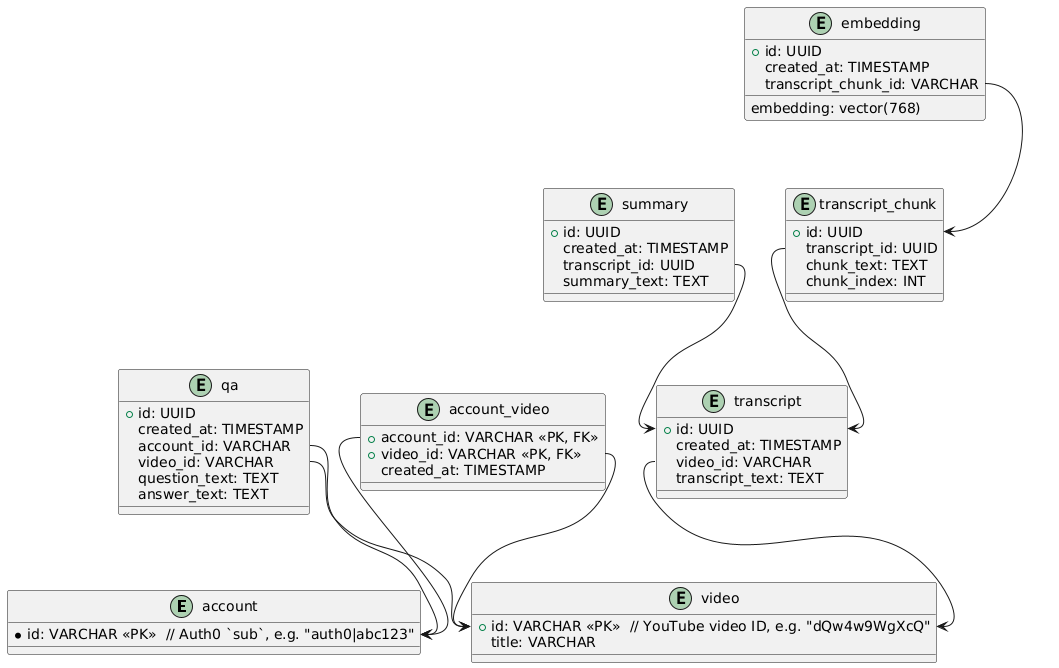
Above: docs/db_schema.png in vm1828/yt-assistant (PlantUML), before the change.
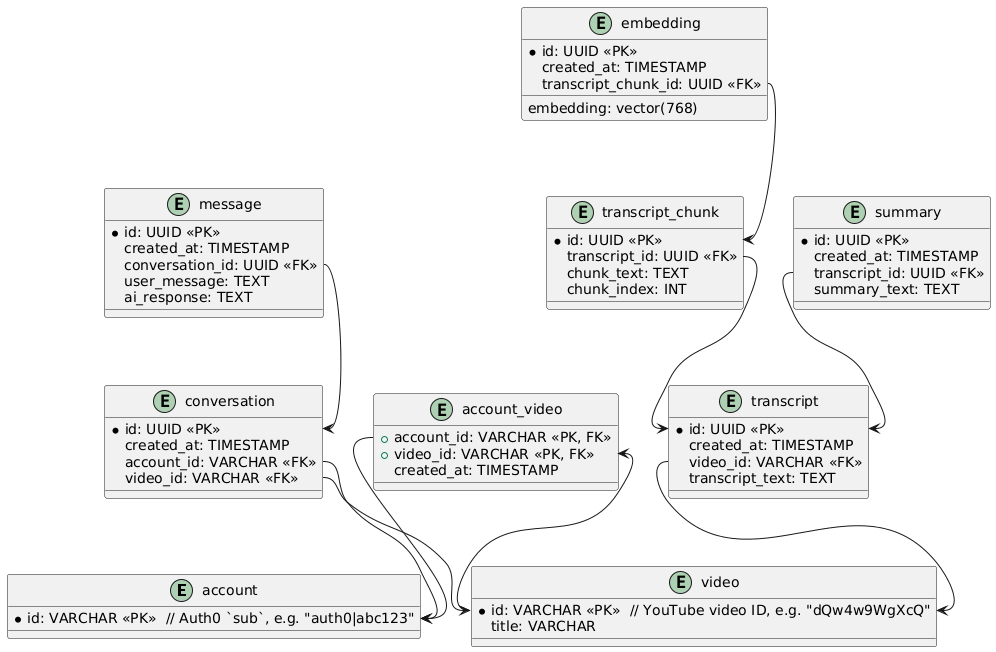
The same diagram one commit later.

Change to the diagram source:
```diff
@@ -4,7 +4,7 @@
 }
 
 entity "video" {
-  +id: VARCHAR <<PK>>  // YouTube video ID, e.g. "dQw4w9WgXcQ"
+  *id: VARCHAR <<PK>>  // YouTube video ID, e.g. "dQw4w9WgXcQ"
   title: VARCHAR
 }
 
@@ -15,39 +15,45 @@
 }
 
 entity "transcript" {
-  +id: UUID
+  *id: UUID <<PK>>
   created_at: TIMESTAMP
-  video_id: VARCHAR
+  video_id: VARCHAR <<FK>>
   transcript_text: TEXT
 }
 
 entity "summary" {
-  +id: UUID
+  *id: UUID <<PK>>
   created_at: TIMESTAMP
-  transcript_id: UUID
+  transcript_id: UUID <<FK>>
   summary_text: TEXT
 }
 
-entity "qa" {
-  +id: UUID
+entity "conversation" {
+  *id: UUID <<PK>>
   created_at: TIMESTAMP
-  account_id: VARCHAR
-  video_id: VARCHAR
-  question_text: TEXT
-  answer_text: TEXT
+  account_id: VARCHAR <<FK>>
+  video_id: VARCHAR <<FK>>
+}
+
+entity "message" {
+  *id: UUID <<PK>>
+  created_at: TIMESTAMP
+  conversation_id: UUID <<FK>>
+  user_message: TEXT
+  ai_response: TEXT
 }
 
 entity "transcript_chunk" {
-  +id: UUID
-  transcript_id: UUID
+  *id: UUID <<PK>>
+  transcript_id: UUID <<FK>>
   chunk_text: TEXT
   chunk_index: INT
 }
 
 entity "embedding" {
-  +id: UUID
+  *id: UUID <<PK>>
   created_at: TIMESTAMP
-  transcript_chunk_id: VARCHAR
+  transcript_chunk_id: UUID <<FK>>
   embedding: vector(768)
 }
 
@@ -55,13 +61,12 @@
 account_video::video_id --> video::id
 
 transcript::video_id --> video::id
-
 summary::transcript_id --> transcript::id
 
-qa::video_id --> video::id
-qa::account_id --> account::id
+transcript_chunk::transcript_id --> transcript::id
+embedding::transcript_chunk_id --> transcript_chunk::id
 
-transcript_chunk::transcript_id --> transcript::id
-
-embedding::transcript_chunk_id --> transcript_chunk::id
+conversation::account_id --> account::id
+conversation::video_id --> video::id
+message::conversation_id --> conversation::id
 @enduml
```
